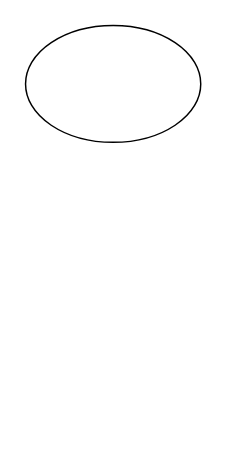
This is Primer Trabajo.drawio from Zapta123/Metodolog-a-de-la-programaci-n-, a draw.io file, before an edit. Source tidied: cells renumbered, new cells numbered last; positions are measured from the earlier drawing's top-left corner, leaving out a move shared by most shapes. Both pictures are drawn from the tidied source at 146%, with x=0, y=0 at pixel (25, 25).
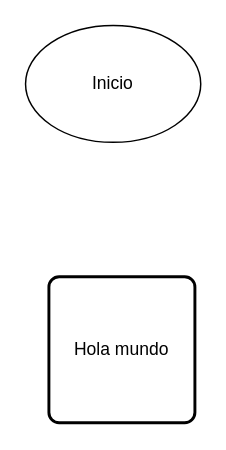
The same diagram, later.

The edit, as a diff of the source:
```diff
@@
 <mxGraphModel>
   <root>
     <mxCell id="0" />
     <mxCell id="1" parent="0" />
-    <mxCell id="2" style="ellipse;whiteSpace=wrap;html=1;" parent="1" vertex="1">
+    <mxCell id="2" value="Inicio" style="ellipse;whiteSpace=wrap;html=1;" parent="1" vertex="1">
       <mxGeometry width="120" height="80" as="geometry" />
     </mxCell>
+    <mxCell id="3" value="Hola mundo" style="rounded=1;whiteSpace=wrap;html=1;absoluteArcSize=1;arcSize=14;strokeWidth=2;" parent="1" vertex="1">
+      <mxGeometry x="16" y="172" width="100" height="100" as="geometry" />
+    </mxCell>
   </root>
 </mxGraphModel>
```
